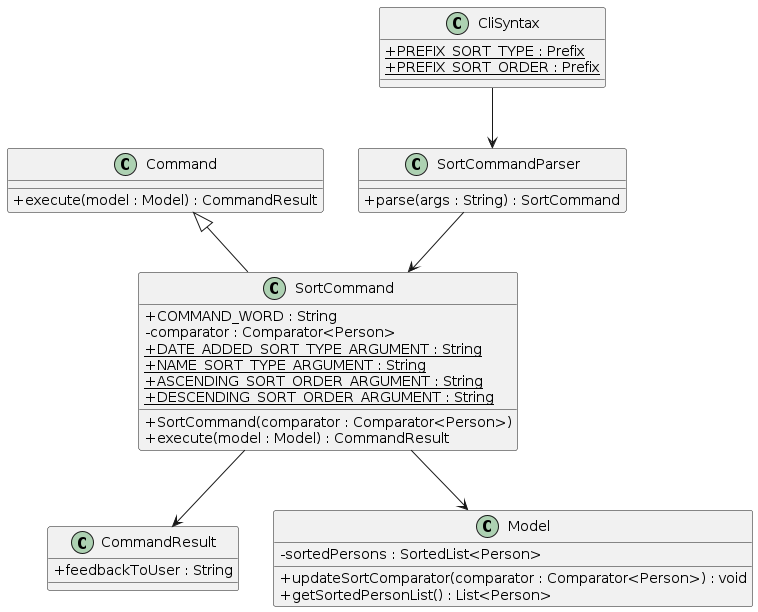
Before: diagrams/SortClassDiagram.png, a diagram exported from PlantUML (x3zapper/tp). Its source is kept beside it as diagrams/SortClassDiagram.puml. Its diagram source:
```plantuml
@startuml
skinparam classAttributeIconSize 0

class Command {
  +execute(model : Model) : CommandResult
}

class SortCommand {
  +COMMAND_WORD : String
  -comparator : Comparator<Person>
  {static} +DATE_ADDED_SORT_TYPE_ARGUMENT : String
  {static} +NAME_SORT_TYPE_ARGUMENT : String
  {static} +ASCENDING_SORT_ORDER_ARGUMENT : String
  {static} +DESCENDING_SORT_ORDER_ARGUMENT : String
  +SortCommand(comparator : Comparator<Person>)
  +execute(model : Model) : CommandResult
}

class CliSyntax {
  {static} +PREFIX_SORT_TYPE : Prefix
  {static} +PREFIX_SORT_ORDER : Prefix
}

class SortCommandParser {
  +parse(args : String) : SortCommand
}

class CommandResult {
  +feedbackToUser : String
}

class Model {
  -sortedPersons : SortedList<Person>
  +updateSortComparator(comparator : Comparator<Person>) : void
  +getSortedPersonList() : List<Person>
}

Command <|-- SortCommand
CliSyntax --> SortCommandParser
SortCommandParser --> SortCommand
SortCommand --> CommandResult
SortCommand --> Model
@enduml
```
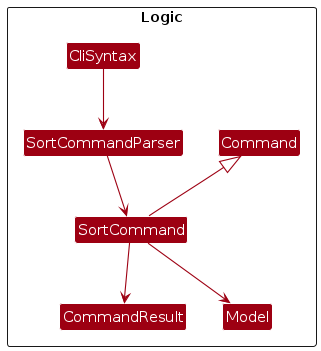
The same diagram one commit later.

The edit, as a diff of the source:
```diff
@@ -1,38 +1,19 @@
 @startuml
-skinparam classAttributeIconSize 0
+!include style.puml
+skinparam arrowThickness 1.1
+skinparam arrowColor MODEL_COLOR
+skinparam classBackgroundColor MODEL_COLOR
+skinparam packageStyle rectangle
 
-class Command {
-  +execute(model : Model) : CommandResult
-}
+Package Logic as LogicPackage <<Rectangle>> {
 
-class SortCommand {
-  +COMMAND_WORD : String
-  -comparator : Comparator<Person>
-  {static} +DATE_ADDED_SORT_TYPE_ARGUMENT : String
-  {static} +NAME_SORT_TYPE_ARGUMENT : String
-  {static} +ASCENDING_SORT_ORDER_ARGUMENT : String
-  {static} +DESCENDING_SORT_ORDER_ARGUMENT : String
-  +SortCommand(comparator : Comparator<Person>)
-  +execute(model : Model) : CommandResult
-}
+  Class Command
+  Class SortCommand
+  Class CliSyntax
+  Class SortCommandParser
+  Class CommandResult
+  Class Model
 
-class CliSyntax {
-  {static} +PREFIX_SORT_TYPE : Prefix
-  {static} +PREFIX_SORT_ORDER : Prefix
-}
-
-class SortCommandParser {
-  +parse(args : String) : SortCommand
-}
-
-class CommandResult {
-  +feedbackToUser : String
-}
-
-class Model {
-  -sortedPersons : SortedList<Person>
-  +updateSortComparator(comparator : Comparator<Person>) : void
-  +getSortedPersonList() : List<Person>
 }
 
 Command <|-- SortCommand
@@ -40,4 +21,5 @@
 SortCommandParser --> SortCommand
 SortCommand --> CommandResult
 SortCommand --> Model
+
 @enduml
```
